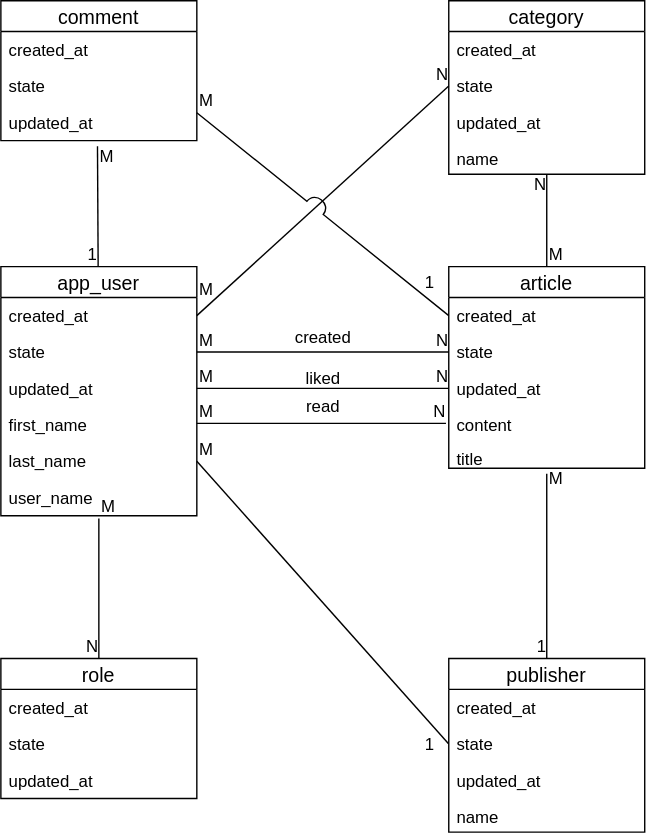
The draw.io diagram src/main/resources/data_model/logic_data_model.svg in gersrobert/Publisher, before a commit. Source tidied: cells renumbered, new cells last; positions are measured from the earlier drawing's top-left corner, leaving out a move shared by most shapes.
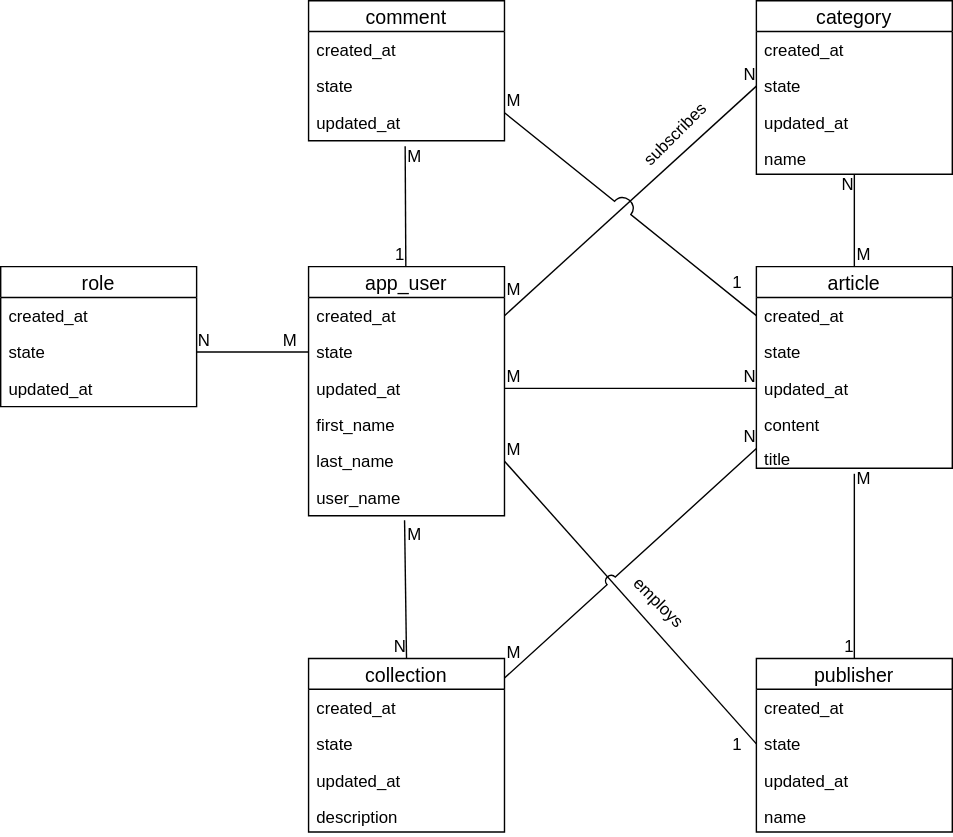
After the change.

Change to the diagram source:
```diff
@@ -2,6 +2,39 @@
   <root>
     <mxCell id="0" />
     <mxCell id="1" parent="0" />
+    <mxCell id="17" value="app_user" style="swimlane;fontStyle=0;horizontal=1;startSize=22;fillColor=none;swimlaneFillColor=#ffffff;align=center;fontSize=14;verticalAlign=middle;" parent="1" vertex="1">
+      <mxGeometry y="190" width="140" height="178" as="geometry" />
+    </mxCell>
+    <mxCell id="18" value="created_at" style="text;strokeColor=none;fillColor=none;spacingLeft=4;spacingRight=4;overflow=hidden;points=[[0,0.5],[1,0.5]];portConstraint=eastwest;fontSize=12;" parent="17" vertex="1">
+      <mxGeometry y="22" width="140" height="26" as="geometry" />
+    </mxCell>
+    <mxCell id="19" value="state" style="text;strokeColor=none;fillColor=none;spacingLeft=4;spacingRight=4;overflow=hidden;points=[[0,0.5],[1,0.5]];portConstraint=eastwest;fontSize=12;" parent="17" vertex="1">
+      <mxGeometry y="48" width="140" height="26" as="geometry" />
+    </mxCell>
+    <mxCell id="20" value="updated_at" style="text;strokeColor=none;fillColor=none;spacingLeft=4;spacingRight=4;overflow=hidden;points=[[0,0.5],[1,0.5]];portConstraint=eastwest;fontSize=12;verticalAlign=top;" parent="17" vertex="1">
+      <mxGeometry y="74" width="140" height="26" as="geometry" />
+    </mxCell>
+    <mxCell id="21" value="first_name" style="text;strokeColor=none;fillColor=none;spacingLeft=4;spacingRight=4;overflow=hidden;fontSize=12;verticalAlign=top;" parent="17" vertex="1">
+      <mxGeometry y="100" width="140" height="26" as="geometry" />
+    </mxCell>
+    <mxCell id="22" value="last_name" style="text;strokeColor=none;fillColor=none;spacingLeft=4;spacingRight=4;overflow=hidden;points=[[0,0.5],[1,0.5]];portConstraint=eastwest;fontSize=12;verticalAlign=top;" parent="17" vertex="1">
+      <mxGeometry y="126" width="140" height="26" as="geometry" />
+    </mxCell>
+    <mxCell id="23" value="user_name" style="text;strokeColor=none;fillColor=none;spacingLeft=4;spacingRight=4;overflow=hidden;points=[[0,0.5],[1,0.5]];portConstraint=eastwest;fontSize=12;verticalAlign=top;" parent="17" vertex="1">
+      <mxGeometry y="152" width="140" height="26" as="geometry" />
+    </mxCell>
+    <mxCell id="30" value="role" style="swimlane;fontStyle=0;horizontal=1;startSize=22;fillColor=none;swimlaneFillColor=#ffffff;align=center;fontSize=14;" parent="1" vertex="1">
+      <mxGeometry x="-220" y="190" width="140" height="100" as="geometry" />
+    </mxCell>
+    <mxCell id="31" value="created_at" style="text;strokeColor=none;fillColor=none;spacingLeft=4;spacingRight=4;overflow=hidden;fontSize=12;" parent="30" vertex="1">
+      <mxGeometry y="22" width="140" height="26" as="geometry" />
+    </mxCell>
+    <mxCell id="32" value="state" style="text;strokeColor=none;fillColor=none;spacingLeft=4;spacingRight=4;overflow=hidden;points=[[0,0.5],[1,0.5]];portConstraint=eastwest;fontSize=12;" parent="30" vertex="1">
+      <mxGeometry y="48" width="140" height="26" as="geometry" />
+    </mxCell>
+    <mxCell id="33" value="updated_at" style="text;strokeColor=none;fillColor=none;spacingLeft=4;spacingRight=4;overflow=hidden;fontSize=12;verticalAlign=top;" parent="30" vertex="1">
+      <mxGeometry y="74" width="140" height="26" as="geometry" />
+    </mxCell>
     <mxCell id="2" value="category" style="swimlane;fontStyle=0;horizontal=1;startSize=22;fillColor=none;swimlaneFillColor=#ffffff;align=center;fontSize=14;" parent="1" vertex="1">
       <mxGeometry x="320" width="140" height="124" as="geometry" />
     </mxCell>
@@ -47,27 +80,6 @@
     <mxCell id="16" value="updated_at" style="text;strokeColor=none;fillColor=none;spacingLeft=4;spacingRight=4;overflow=hidden;points=[[0,0.5],[1,0.5]];portConstraint=eastwest;fontSize=12;verticalAlign=top;" parent="13" vertex="1">
       <mxGeometry y="74" width="140" height="26" as="geometry" />
     </mxCell>
-    <mxCell id="17" value="app_user" style="swimlane;fontStyle=0;horizontal=1;startSize=22;fillColor=none;swimlaneFillColor=#ffffff;align=center;fontSize=14;verticalAlign=middle;" parent="1" vertex="1">
-      <mxGeometry y="190" width="140" height="178" as="geometry" />
-    </mxCell>
-    <mxCell id="18" value="created_at" style="text;strokeColor=none;fillColor=none;spacingLeft=4;spacingRight=4;overflow=hidden;points=[[0,0.5],[1,0.5]];portConstraint=eastwest;fontSize=12;" parent="17" vertex="1">
-      <mxGeometry y="22" width="140" height="26" as="geometry" />
-    </mxCell>
-    <mxCell id="19" value="state" style="text;strokeColor=none;fillColor=none;spacingLeft=4;spacingRight=4;overflow=hidden;points=[[0,0.5],[1,0.5]];portConstraint=eastwest;fontSize=12;" parent="17" vertex="1">
-      <mxGeometry y="48" width="140" height="26" as="geometry" />
-    </mxCell>
-    <mxCell id="20" value="updated_at" style="text;strokeColor=none;fillColor=none;spacingLeft=4;spacingRight=4;overflow=hidden;points=[[0,0.5],[1,0.5]];portConstraint=eastwest;fontSize=12;verticalAlign=top;" parent="17" vertex="1">
-      <mxGeometry y="74" width="140" height="26" as="geometry" />
-    </mxCell>
-    <mxCell id="21" value="first_name" style="text;strokeColor=none;fillColor=none;spacingLeft=4;spacingRight=4;overflow=hidden;fontSize=12;verticalAlign=top;" parent="17" vertex="1">
-      <mxGeometry y="100" width="140" height="26" as="geometry" />
-    </mxCell>
-    <mxCell id="22" value="last_name" style="text;strokeColor=none;fillColor=none;spacingLeft=4;spacingRight=4;overflow=hidden;points=[[0,0.5],[1,0.5]];portConstraint=eastwest;fontSize=12;verticalAlign=top;" parent="17" vertex="1">
-      <mxGeometry y="126" width="140" height="26" as="geometry" />
-    </mxCell>
-    <mxCell id="23" value="user_name" style="text;strokeColor=none;fillColor=none;spacingLeft=4;spacingRight=4;overflow=hidden;points=[[0,0.5],[1,0.5]];portConstraint=eastwest;fontSize=12;verticalAlign=top;" parent="17" vertex="1">
-      <mxGeometry y="152" width="140" height="26" as="geometry" />
-    </mxCell>
     <mxCell id="24" style="endArrow=none;html=1;rounded=0;exitX=0.5;exitY=1.2;exitDx=0;exitDy=0;exitPerimeter=0;entryX=0.5;entryY=0;entryDx=0;entryDy=0;" parent="1" edge="1" source="12" target="40">
       <mxGeometry relative="1" as="geometry" />
     </mxCell>
@@ -90,30 +102,20 @@
     <mxCell id="29" value="1" style="html=1;align=right;verticalAlign=bottom;" parent="27" vertex="1">
       <mxGeometry x="1" relative="1" as="geometry" />
     </mxCell>
-    <mxCell id="30" value="role" style="swimlane;fontStyle=0;horizontal=1;startSize=22;fillColor=none;swimlaneFillColor=#ffffff;align=center;fontSize=14;" parent="1" vertex="1">
-      <mxGeometry y="470" width="140" height="100" as="geometry" />
-    </mxCell>
-    <mxCell id="31" value="created_at" style="text;strokeColor=none;fillColor=none;spacingLeft=4;spacingRight=4;overflow=hidden;fontSize=12;" parent="30" vertex="1">
-      <mxGeometry y="22" width="140" height="26" as="geometry" />
-    </mxCell>
-    <mxCell id="32" value="state" style="text;strokeColor=none;fillColor=none;spacingLeft=4;spacingRight=4;overflow=hidden;points=[[0,0.5],[1,0.5]];portConstraint=eastwest;fontSize=12;" parent="30" vertex="1">
-      <mxGeometry y="48" width="140" height="26" as="geometry" />
-    </mxCell>
-    <mxCell id="33" value="updated_at" style="text;strokeColor=none;fillColor=none;spacingLeft=4;spacingRight=4;overflow=hidden;fontSize=12;verticalAlign=top;" parent="30" vertex="1">
-      <mxGeometry y="74" width="140" height="26" as="geometry" />
-    </mxCell>
-    <mxCell id="34" style="endArrow=none;html=1;rounded=0;entryX=0.5;entryY=0;entryDx=0;entryDy=0;" parent="1" edge="1" target="30">
-      <mxGeometry relative="1" as="geometry">
-        <mxPoint x="70" y="370" as="sourcePoint" />
-      </mxGeometry>
+    <mxCell id="34" style="endArrow=none;html=1;rounded=0;entryX=1;entryY=0.5;entryDx=0;entryDy=0;exitX=0;exitY=0.5;exitDx=0;exitDy=0;" parent="1" edge="1" source="19" target="32">
+      <mxGeometry relative="1" as="geometry" />
     </mxCell>
     <mxCell id="35" value="M" style="html=1;align=left;verticalAlign=bottom;" parent="34" vertex="1">
-      <mxGeometry x="-1" relative="1" as="geometry" />
+      <mxGeometry x="-1" relative="1" as="geometry">
+        <mxPoint x="-20" as="offset" />
+      </mxGeometry>
     </mxCell>
     <mxCell id="36" value="N" style="html=1;align=right;verticalAlign=bottom;" parent="34" vertex="1">
-      <mxGeometry x="1" relative="1" as="geometry" />
+      <mxGeometry x="1" relative="1" as="geometry">
+        <mxPoint x="10" as="offset" />
+      </mxGeometry>
     </mxCell>
-    <mxCell id="37" style="endArrow=none;html=1;rounded=0;exitX=1;exitY=0.5;exitDx=0;exitDy=0;entryX=0;entryY=0.5;entryDx=0;entryDy=0;" parent="1" edge="1" source="22" target="42">
+    <mxCell id="37" style="endArrow=none;html=1;rounded=0;exitX=1;exitY=0.5;exitDx=0;exitDy=0;entryX=0;entryY=0.5;entryDx=0;entryDy=0;jumpSize=15;" parent="1" edge="1" source="22" target="42">
       <mxGeometry relative="1" as="geometry" />
     </mxCell>
     <mxCell id="38" value="M" style="html=1;align=left;verticalAlign=bottom;" parent="37" vertex="1">
@@ -148,24 +150,6 @@
     <mxCell id="47" value="N" style="html=1;align=right;verticalAlign=bottom;" parent="45" vertex="1">
       <mxGeometry x="1" relative="1" as="geometry" />
     </mxCell>
-    <mxCell id="48" style="endArrow=none;html=1;rounded=0;" parent="1" edge="1">
-      <mxGeometry relative="1" as="geometry">
-        <mxPoint x="140" y="302" as="sourcePoint" />
-        <mxPoint x="318" y="302" as="targetPoint" />
-      </mxGeometry>
-    </mxCell>
-    <mxCell id="49" value="M" style="html=1;align=left;verticalAlign=bottom;" parent="48" vertex="1">
-      <mxGeometry x="-1" relative="1" as="geometry" />
-    </mxCell>
-    <mxCell id="50" value="N" style="html=1;align=right;verticalAlign=bottom;" parent="48" vertex="1">
-      <mxGeometry x="1" relative="1" as="geometry" />
-    </mxCell>
-    <mxCell id="51" value="liked" style="text;html=1;align=center;verticalAlign=middle;" parent="1" vertex="1">
-      <mxGeometry x="210" y="260" width="40" height="20" as="geometry" />
-    </mxCell>
-    <mxCell id="52" value="read" style="text;html=1;align=center;verticalAlign=middle;" parent="1" vertex="1">
-      <mxGeometry x="210" y="280" width="40" height="20" as="geometry" />
-    </mxCell>
     <mxCell id="53" style="endArrow=none;html=1;rounded=0;exitX=0.5;exitY=0;exitDx=0;exitDy=0;" parent="1" edge="1" source="7" target="6">
       <mxGeometry relative="1" as="geometry" />
     </mxCell>
@@ -188,20 +172,6 @@
     <mxCell id="58" value="N" style="html=1;align=right;verticalAlign=bottom;" parent="56" vertex="1">
       <mxGeometry x="1" relative="1" as="geometry" />
     </mxCell>
-    <mxCell id="59" style="endArrow=none;html=1;rounded=0;entryX=0;entryY=0.5;entryDx=0;entryDy=0;" parent="1" edge="1" target="9">
-      <mxGeometry relative="1" as="geometry">
-        <mxPoint x="140" y="251" as="sourcePoint" />
-      </mxGeometry>
-    </mxCell>
-    <mxCell id="60" value="M" style="html=1;align=left;verticalAlign=bottom;" parent="59" vertex="1">
-      <mxGeometry x="-1" relative="1" as="geometry" />
-    </mxCell>
-    <mxCell id="61" value="N" style="html=1;align=right;verticalAlign=bottom;" parent="59" vertex="1">
-      <mxGeometry x="1" relative="1" as="geometry" />
-    </mxCell>
-    <mxCell id="62" value="created" style="text;html=1;align=center;verticalAlign=middle;" parent="1" vertex="1">
-      <mxGeometry x="200" y="231" width="60" height="20" as="geometry" />
-    </mxCell>
     <mxCell id="63" style="endArrow=none;html=1;rounded=0;entryX=0;entryY=0.5;entryDx=0;entryDy=0;jumpStyle=arc;jumpSize=15;" parent="1" edge="1" target="8">
       <mxGeometry relative="1" as="geometry">
         <mxPoint x="140" y="80" as="sourcePoint" />
@@ -215,5 +185,51 @@
         <mxPoint x="-10" y="-15" as="offset" />
       </mxGeometry>
     </mxCell>
+    <mxCell id="66" value="employs" style="text;html=1;align=center;verticalAlign=middle;rotation=45;" parent="1" vertex="1">
+      <mxGeometry x="220" y="420" width="60" height="20" as="geometry" />
+    </mxCell>
+    <mxCell id="67" value="collection" style="swimlane;fontStyle=0;horizontal=1;startSize=22;fillColor=none;swimlaneFillColor=#ffffff;align=center;fontSize=14;" parent="1" vertex="1">
+      <mxGeometry y="470" width="140" height="124" as="geometry" />
+    </mxCell>
+    <mxCell id="68" value="created_at" style="text;strokeColor=none;fillColor=none;spacingLeft=4;spacingRight=4;overflow=hidden;fontSize=12;" parent="67" vertex="1">
+      <mxGeometry y="22" width="140" height="26" as="geometry" />
+    </mxCell>
+    <mxCell id="69" value="state" style="text;strokeColor=none;fillColor=none;spacingLeft=4;spacingRight=4;overflow=hidden;fontSize=12;" parent="67" vertex="1">
+      <mxGeometry y="48" width="140" height="26" as="geometry" />
+    </mxCell>
+    <mxCell id="70" value="updated_at" style="text;strokeColor=none;fillColor=none;spacingLeft=4;spacingRight=4;overflow=hidden;fontSize=12;verticalAlign=top;" parent="67" vertex="1">
+      <mxGeometry y="74" width="140" height="26" as="geometry" />
+    </mxCell>
+    <mxCell id="71" value="description" style="text;strokeColor=none;fillColor=none;spacingLeft=4;spacingRight=4;overflow=hidden;fontSize=12;verticalAlign=top;" parent="67" vertex="1">
+      <mxGeometry y="100" width="140" height="24" as="geometry" />
+    </mxCell>
+    <mxCell id="72" style="endArrow=none;html=1;rounded=0;exitX=0.49;exitY=1.122;exitDx=0;exitDy=0;exitPerimeter=0;entryX=0.5;entryY=0;entryDx=0;entryDy=0;" parent="1" edge="1" source="23" target="67">
+      <mxGeometry relative="1" as="geometry" />
+    </mxCell>
+    <mxCell id="73" value="M" style="html=1;align=left;verticalAlign=bottom;" parent="72" vertex="1">
+      <mxGeometry x="-1" relative="1" as="geometry">
+        <mxPoint y="18.8" as="offset" />
+      </mxGeometry>
+    </mxCell>
+    <mxCell id="74" value="N" style="html=1;align=right;verticalAlign=bottom;" parent="72" vertex="1">
+      <mxGeometry x="1" relative="1" as="geometry" />
+    </mxCell>
+    <mxCell id="75" style="endArrow=none;html=1;rounded=0;entryX=0;entryY=0.5;entryDx=0;entryDy=0;exitX=1;exitY=0.5;exitDx=0;exitDy=0;jumpStyle=arc;jumpSize=8;" parent="1" edge="1">
+      <mxGeometry relative="1" as="geometry">
+        <mxPoint x="140" y="484" as="sourcePoint" />
+        <mxPoint x="320" y="320" as="targetPoint" />
+      </mxGeometry>
+    </mxCell>
+    <mxCell id="76" value="M" style="html=1;align=left;verticalAlign=bottom;" parent="75" vertex="1">
+      <mxGeometry x="-1" relative="1" as="geometry">
+        <mxPoint y="-10" as="offset" />
+      </mxGeometry>
+    </mxCell>
+    <mxCell id="77" value="N" style="html=1;align=right;verticalAlign=bottom;" parent="75" vertex="1">
+      <mxGeometry x="1" relative="1" as="geometry" />
+    </mxCell>
+    <mxCell id="78" value="subscribes" style="text;html=1;align=center;verticalAlign=middle;rotation=-45;" parent="1" vertex="1">
+      <mxGeometry x="227" y="86" width="70" height="20" as="geometry" />
+    </mxCell>
   </root>
 </mxGraphModel>
```
